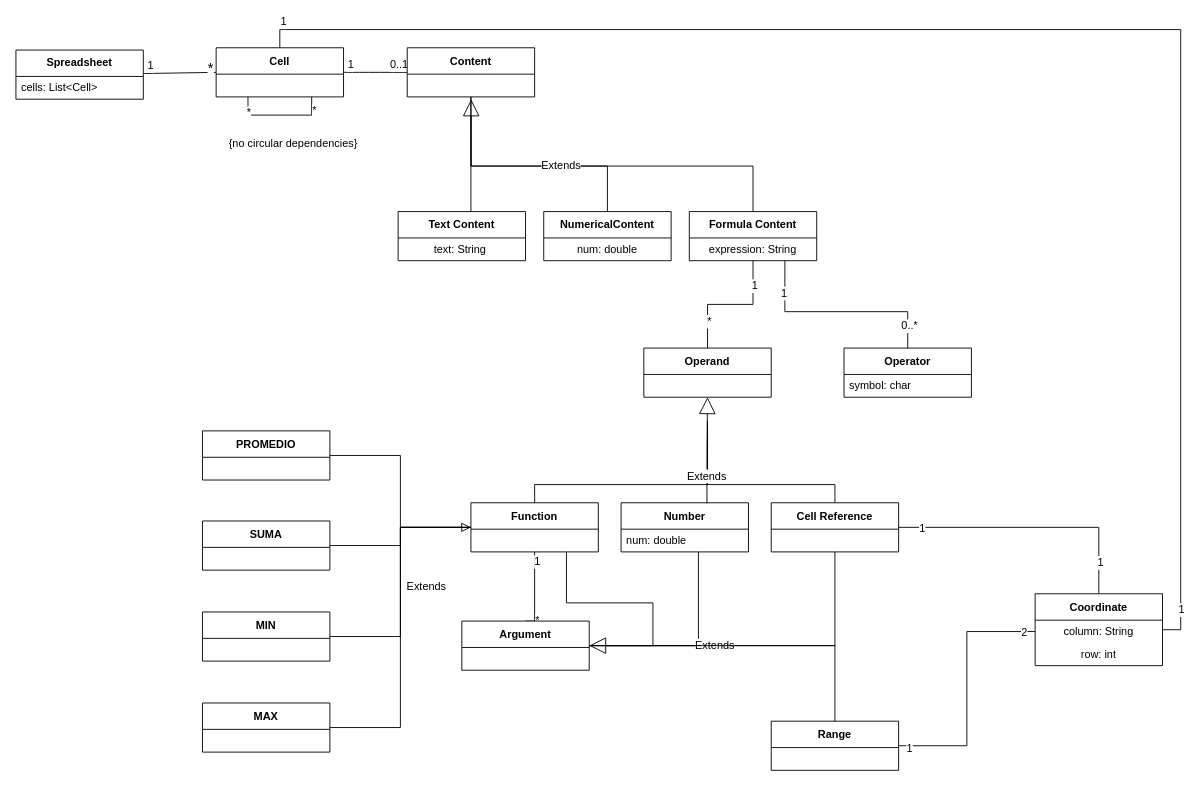
Above: Deliverable1.drawio in theel1111/softeng-final (draw.io), before the change. Source tidied: cells renumbered, new cells numbered last; positions are measured from the earlier drawing's top-left corner, leaving out a move shared by most shapes. Both pictures are drawn from the tidied source at 91%, with x=0, y=0 at pixel (15, 47).
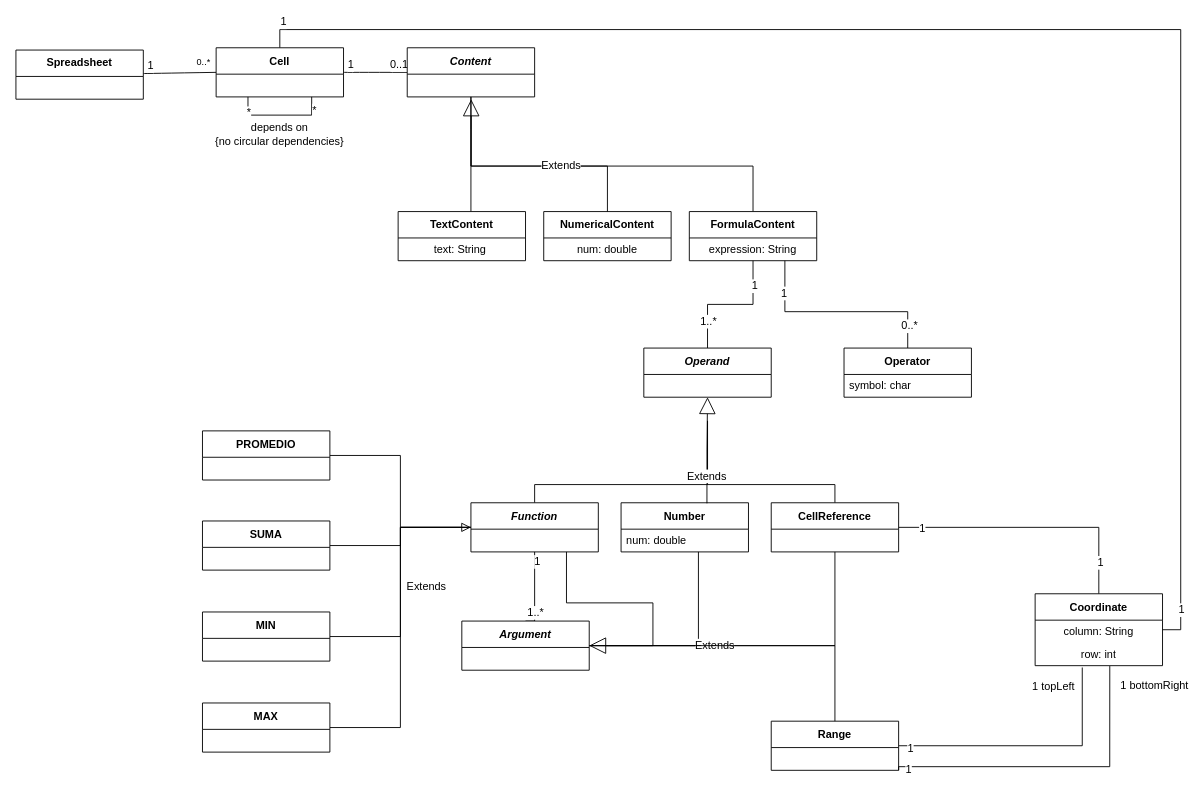
After the change.

Commit message:
correct namings, attributes and dependencies.drawio

The change refers to these unchanged cells:
```xml
<mxCell id="2" style="edgeStyle=none;curved=1;rounded=0;curveGeometry=1;jettySize=auto;html=1;entryX=0;entryY=0.5;entryDx=0;entryDy=0;fontSize=12;defaultLabelBackgroundColor=page;labelPadding=0 4;startArrow=none;startFill=0;endArrow=none;endFill=0;" parent="1" edge="1" source="5" target="13">
  <mxGeometry relative="1" as="geometry" />
</mxCell>
<mxCell id="5" value="Spreadsheet" style="swimlane;fontStyle=1;align=center;verticalAlign=middle;horizontal=1;startSize=29;html=1;whiteSpace=wrap;" parent="1" vertex="1">
  <mxGeometry y="2.5" width="140" height="54" as="geometry" />
</mxCell>
<mxCell id="15" style="edgeStyle=orthogonalEdgeStyle;rounded=0;jettySize=auto;html=1;exitX=0.5;exitY=1;exitDx=0;exitDy=0;entryX=0.5;entryY=0;entryDx=0;entryDy=0;fontSize=12;defaultLabelBackgroundColor=page;labelPadding=0 4;startSize=8;endSize=8;endArrow=none;endFill=0;" parent="1" edge="1" source="22" target="30">
  <mxGeometry relative="1" as="geometry" />
</mxCell>
<mxCell id="39" style="edgeStyle=orthogonalEdgeStyle;rounded=0;jettySize=auto;html=1;entryX=0.5;entryY=0;entryDx=0;entryDy=0;fontSize=12;defaultLabelBackgroundColor=page;labelPadding=0 4;startSize=8;endSize=8;endArrow=none;endFill=0;exitX=0.5;exitY=1;exitDx=0;exitDy=0;" parent="1" edge="1" source="44" target="53">
  <mxGeometry x="0.42" relative="1" as="geometry">
    <Array as="points">
      <mxPoint x="570" y="630" />
    </Array>
  </mxGeometry>
</mxCell>
<mxCell id="48" value="Range" style="swimlane;fontStyle=1;align=center;verticalAlign=middle;horizontal=1;startSize=29;html=1;whiteSpace=wrap;" parent="1" vertex="1">
  <mxGeometry x="830" y="740" width="140" height="54" as="geometry" />
</mxCell>
<mxCell id="55" value="column: String" style="text;html=1;strokeColor=none;fillColor=none;align=center;verticalAlign=middle;spacingLeft=4;spacingRight=4;overflow=hidden;points=[[0,0.5],[1,0.5]];portConstraint=eastwest;whiteSpace=wrap;" parent="54" vertex="1">
  <mxGeometry y="29" width="140" height="25" as="geometry" />
</mxCell>
<mxCell id="56" value="row: int" style="text;html=1;strokeColor=none;fillColor=none;align=center;verticalAlign=middle;spacingLeft=4;spacingRight=4;overflow=hidden;points=[[0,0.5],[1,0.5]];portConstraint=eastwest;whiteSpace=wrap;" parent="54" vertex="1">
  <mxGeometry y="54" width="140" height="25" as="geometry" />
</mxCell>
```

Diff of the diagram source:
```diff
@@
-    <mxCell id="4" value="&lt;font style=&quot;font-size: 16px;&quot;&gt;*&lt;/font&gt;" style="edgeLabel;html=1;align=center;verticalAlign=middle;inheritText=fontFamily,fontColor,fontStyle,textOpacity,labelBorderColor,labelBorderWidth,labelBackgroundColor,defaultLabelBackgroundColor,labelPadding;fontSize=26;defaultLabelBackgroundColor=page;labelPadding=0 4;" parent="2" vertex="1">
+    <mxCell id="4" value="&lt;span style=&quot;font-size: 10px;&quot;&gt;0..*&lt;/span&gt;" style="edgeLabel;html=1;align=center;verticalAlign=middle;inheritText=fontFamily,fontColor,fontStyle,textOpacity,labelBorderColor,labelBorderWidth,labelBackgroundColor,defaultLabelBackgroundColor,labelPadding;fontSize=20;defaultLabelBackgroundColor=page;labelPadding=0 4;" parent="2" vertex="1">
       <mxGeometry x="0.82" y="-1" relative="1" as="geometry">
-        <mxPoint y="-10" as="offset" />
+        <mxPoint x="-8" y="-18" as="offset" />
       </mxGeometry>
     </mxCell>
@@
-    <mxCell id="6" value="cells: List&amp;lt;Cell&amp;gt;" style="text;html=1;strokeColor=none;fillColor=none;align=left;verticalAlign=middle;spacingLeft=4;spacingRight=4;overflow=hidden;whiteSpace=wrap;" parent="5" vertex="1">
-      <mxGeometry y="29" width="140" height="25" as="geometry" />
-    </mxCell>
@@
-    <mxCell id="14" value="Content" style="swimlane;fontStyle=1;align=center;verticalAlign=middle;horizontal=1;startSize=29;html=1;whiteSpace=wrap;" parent="1" vertex="1">
+    <mxCell id="14" value="&lt;i&gt;Content&lt;/i&gt;" style="swimlane;fontStyle=1;align=center;verticalAlign=middle;horizontal=1;startSize=29;html=1;whiteSpace=wrap;" parent="1" vertex="1">
       <mxGeometry x="430" width="140" height="54" as="geometry" />
     </mxCell>
@@
-    <mxCell id="16" value="*" style="edgeLabel;html=1;align=center;verticalAlign=middle;inheritText=1;fontSize=12;defaultLabelBackgroundColor=page;labelPadding=0 4;" parent="15" vertex="1">
+    <mxCell id="16" value="1..*" style="edgeLabel;html=1;align=center;verticalAlign=middle;inheritText=1;fontSize=12;defaultLabelBackgroundColor=page;labelPadding=0 4;" parent="15" vertex="1">
       <mxGeometry x="0.57" y="1" relative="1" as="geometry">
-        <mxPoint y="1" as="offset" />
+        <mxPoint x="-1" y="1" as="offset" />
       </mxGeometry>
     </mxCell>
@@
-    <mxCell id="22" value="Formula Content" style="swimlane;fontStyle=1;align=center;verticalAlign=middle;horizontal=1;startSize=29;html=1;whiteSpace=wrap;" parent="1" vertex="1">
+    <mxCell id="22" value="FormulaContent" style="swimlane;fontStyle=1;align=center;verticalAlign=middle;horizontal=1;startSize=29;html=1;whiteSpace=wrap;" parent="1" vertex="1">
       <mxGeometry x="740" y="180" width="140" height="54" as="geometry" />
     </mxCell>
@@
-    <mxCell id="27" value="Text Content" style="swimlane;fontStyle=1;align=center;verticalAlign=middle;horizontal=1;startSize=29;html=1;whiteSpace=wrap;" parent="1" vertex="1">
+    <mxCell id="27" value="TextContent" style="swimlane;fontStyle=1;align=center;verticalAlign=middle;horizontal=1;startSize=29;html=1;whiteSpace=wrap;" parent="1" vertex="1">
       <mxGeometry x="420" y="180" width="140" height="54" as="geometry" />
     </mxCell>
@@
-    <mxCell id="30" value="Operand" style="swimlane;fontStyle=1;align=center;verticalAlign=middle;horizontal=1;startSize=29;html=1;whiteSpace=wrap;" parent="1" vertex="1">
+    <mxCell id="30" value="&lt;i&gt;Operand&lt;/i&gt;" style="swimlane;fontStyle=1;align=center;verticalAlign=middle;horizontal=1;startSize=29;html=1;whiteSpace=wrap;" parent="1" vertex="1">
       <mxGeometry x="690" y="330" width="140" height="54" as="geometry" />
     </mxCell>
@@
-    <mxCell id="38" value="Cell Reference" style="swimlane;fontStyle=1;align=center;verticalAlign=middle;horizontal=1;startSize=29;html=1;whiteSpace=wrap;" parent="1" vertex="1">
+    <mxCell id="38" value="CellReference" style="swimlane;fontStyle=1;align=center;verticalAlign=middle;horizontal=1;startSize=29;html=1;whiteSpace=wrap;" parent="1" vertex="1">
       <mxGeometry x="830" y="500" width="140" height="54" as="geometry" />
     </mxCell>
@@
-    <mxCell id="40" value="*" style="edgeLabel;html=1;align=center;verticalAlign=middle;inheritText=1;fontSize=12;defaultLabelBackgroundColor=page;labelPadding=0 4;" parent="39" vertex="1">
-      <mxGeometry x="0.74" y="2" relative="1" as="geometry" />
+    <mxCell id="40" value="1..*" style="edgeLabel;html=1;align=center;verticalAlign=middle;inheritText=1;fontSize=12;defaultLabelBackgroundColor=page;labelPadding=0 4;" parent="39" vertex="1">
+      <mxGeometry x="0.74" y="2" relative="1" as="geometry">
+        <mxPoint x="-2" y="-9" as="offset" />
+      </mxGeometry>
     </mxCell>
@@
-    <mxCell id="44" value="Function" style="swimlane;fontStyle=1;align=center;verticalAlign=middle;horizontal=1;startSize=29;html=1;whiteSpace=wrap;" parent="1" vertex="1">
+    <mxCell id="44" value="&lt;i&gt;Function&lt;/i&gt;" style="swimlane;fontStyle=1;align=center;verticalAlign=middle;horizontal=1;startSize=29;html=1;whiteSpace=wrap;" parent="1" vertex="1">
       <mxGeometry x="500" y="500" width="140" height="54" as="geometry" />
     </mxCell>
-    <mxCell id="45" style="edgeStyle=orthogonalEdgeStyle;rounded=0;jettySize=auto;html=1;exitX=1;exitY=0.5;exitDx=0;exitDy=0;entryX=0;entryY=0.5;entryDx=0;entryDy=0;fontSize=12;defaultLabelBackgroundColor=page;labelPadding=0 4;startSize=8;endSize=8;endArrow=none;endFill=0;" parent="1" edge="1" source="48" target="55">
-      <mxGeometry relative="1" as="geometry" />
+    <mxCell id="45" style="edgeStyle=orthogonalEdgeStyle;rounded=0;jettySize=auto;html=1;exitX=1;exitY=0.5;exitDx=0;exitDy=0;entryX=0.37;entryY=1.08;entryDx=0;entryDy=0;fontSize=12;defaultLabelBackgroundColor=page;labelPadding=0 4;startSize=8;endSize=8;endArrow=none;endFill=0;entryPerimeter=0;" parent="1" edge="1" source="48" target="56">
+      <mxGeometry x="0.24" relative="1" as="geometry">
+        <Array as="points">
+          <mxPoint x="1171.8" y="767" />
+        </Array>
+      </mxGeometry>
     </mxCell>
@@
-    <mxCell id="47" value="2" style="edgeLabel;html=1;align=center;verticalAlign=middle;inheritText=1;fontSize=12;defaultLabelBackgroundColor=page;labelPadding=0 4;" parent="45" vertex="1">
-      <mxGeometry x="0.91" y="-1" relative="1" as="geometry" />
+    <mxCell id="47" value="1 topLeft" style="edgeLabel;html=1;align=center;verticalAlign=middle;inheritText=1;fontSize=12;defaultLabelBackgroundColor=page;labelPadding=0 4;" parent="45" vertex="1">
+      <mxGeometry x="0.91" y="-1" relative="1" as="geometry">
+        <mxPoint x="-33" y="8" as="offset" />
+      </mxGeometry>
     </mxCell>
@@
-    <mxCell id="53" value="Argument" style="swimlane;fontStyle=1;align=center;verticalAlign=middle;horizontal=1;startSize=29;html=1;whiteSpace=wrap;" parent="1" vertex="1">
+    <mxCell id="53" value="&lt;i&gt;Argument&lt;/i&gt;" style="swimlane;fontStyle=1;align=center;verticalAlign=middle;horizontal=1;startSize=29;html=1;whiteSpace=wrap;" parent="1" vertex="1">
       <mxGeometry x="490" y="630" width="140" height="54" as="geometry" />
     </mxCell>
@@
-    <mxCell id="70" value="{no circular dependencies}" style="text;html=1;whiteSpace=wrap;strokeColor=none;fillColor=none;align=center;verticalAlign=middle;rounded=0;fontSize=12;" parent="1" vertex="1">
-      <mxGeometry x="200" y="90" width="210" height="30" as="geometry" />
+    <mxCell id="70" value="&lt;div&gt;depends on&lt;/div&gt;{no circular dependencies}" style="text;html=1;whiteSpace=wrap;strokeColor=none;fillColor=none;align=center;verticalAlign=middle;rounded=0;fontSize=12;" parent="1" vertex="1">
+      <mxGeometry x="185" y="80" width="210" height="30" as="geometry" />
     </mxCell>
+    <mxCell id="71" style="edgeStyle=orthogonalEdgeStyle;rounded=0;jettySize=auto;html=1;exitX=1;exitY=1;exitDx=0;exitDy=0;entryX=0.586;entryY=1.017;entryDx=0;entryDy=0;fontSize=12;defaultLabelBackgroundColor=page;labelPadding=0 4;startSize=8;endSize=8;endArrow=none;endFill=0;entryPerimeter=0;" parent="1" edge="1" source="48" target="56">
+      <mxGeometry relative="1" as="geometry">
+        <Array as="points">
+          <mxPoint x="970" y="790" />
+          <mxPoint x="1202" y="790" />
+        </Array>
+      </mxGeometry>
+    </mxCell>
+    <mxCell id="72" value="1" style="edgeLabel;html=1;align=center;verticalAlign=middle;inheritText=1;fontSize=12;defaultLabelBackgroundColor=page;labelPadding=0 4;" parent="71" vertex="1">
+      <mxGeometry x="-0.92" y="-2" relative="1" as="geometry" />
+    </mxCell>
+    <mxCell id="73" value="1 bottomRight" style="edgeLabel;html=1;align=center;verticalAlign=middle;inheritText=1;fontSize=12;defaultLabelBackgroundColor=page;labelPadding=0 4;" parent="71" vertex="1">
+      <mxGeometry x="0.92" y="-1" relative="1" as="geometry">
+        <mxPoint x="47" y="7" as="offset" />
+      </mxGeometry>
+    </mxCell>
```
